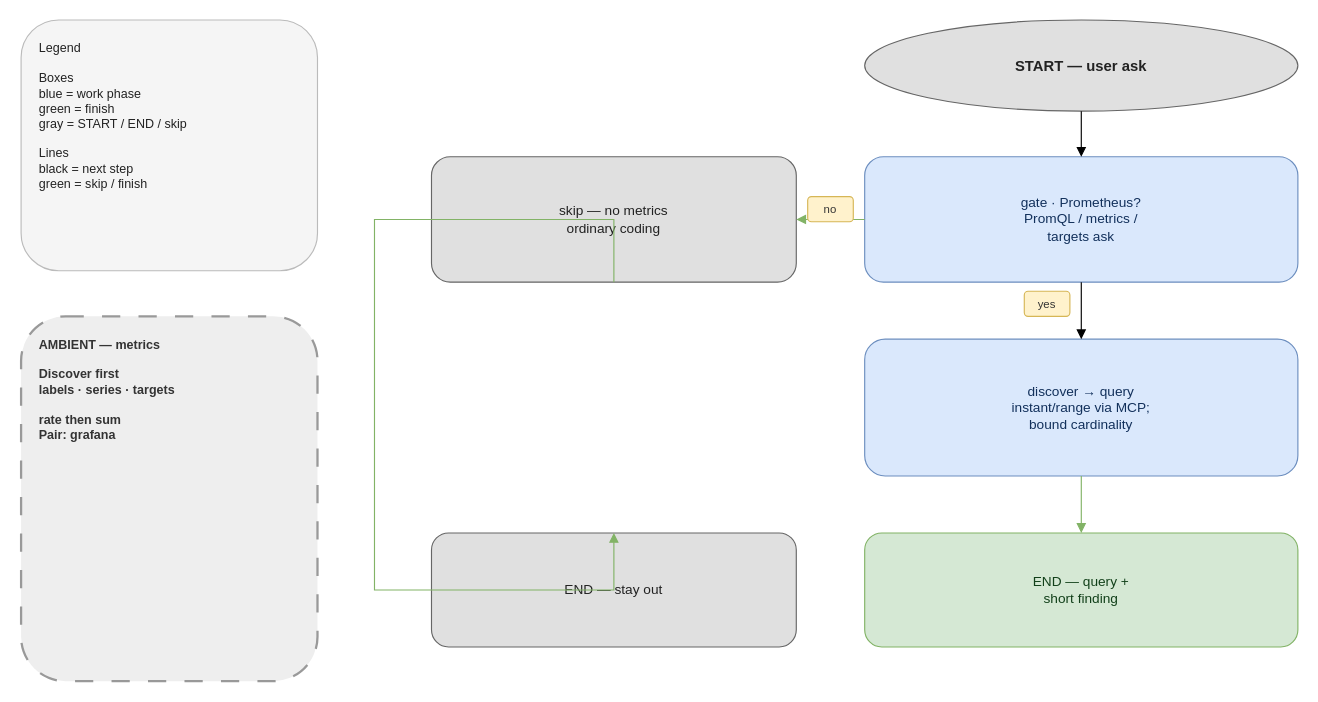
Earlier version of the draw.io diagram plugins/prometheus/docs/prometheus-workflow.drawio (nodadyoushutup/marketplace). Source tidied: cells renumbered, new cells numbered last; positions are measured from the earlier drawing's top-left corner, leaving out a move shared by most shapes. Both pictures are drawn from the tidied source at 114%, with x=0, y=0 at pixel (21, 19).
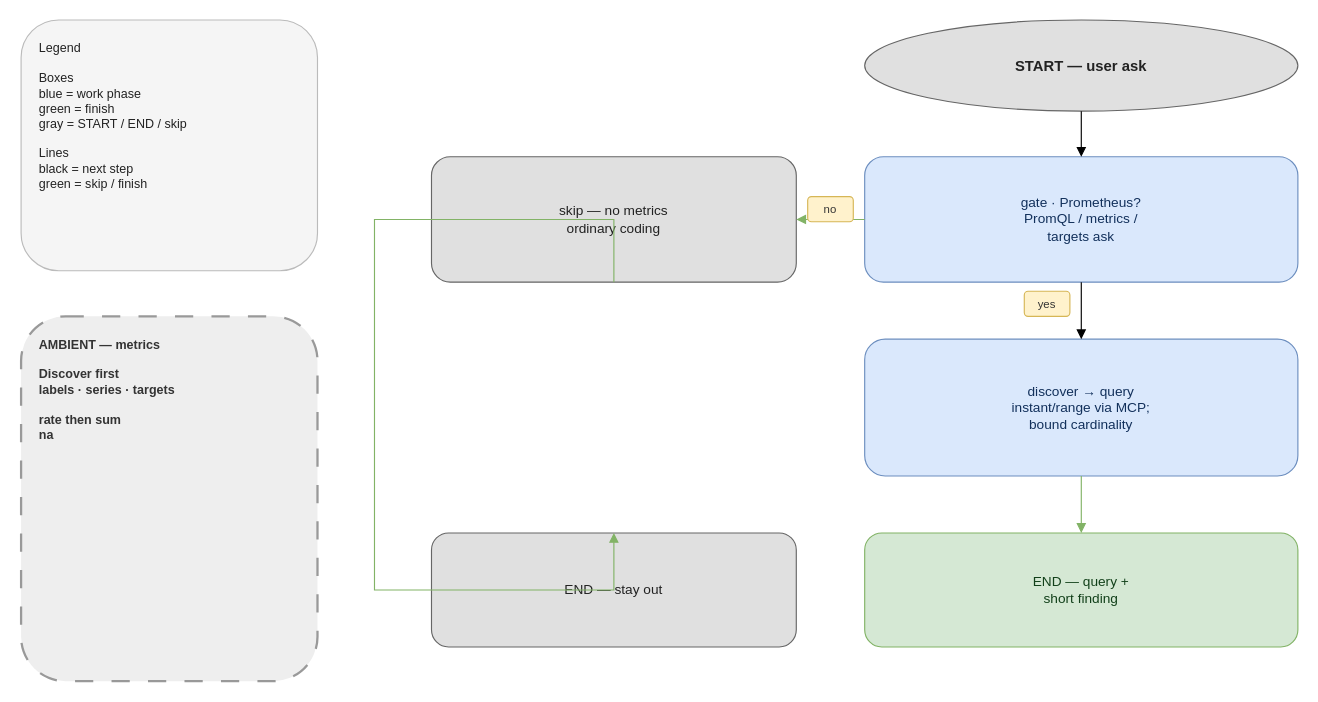
Above is the later version.

Diff of the diagram source:
```diff
@@
 <mxGraphModel>
   <root>
     <mxCell id="0" />
     <mxCell id="1" parent="0" />
     <mxCell id="2" value="Legend&#10;&#10;Boxes&#10;blue = work phase&#10;green = finish&#10;gray = START / END / skip&#10;&#10;Lines&#10;black = next step&#10;green = skip / finish" style="rounded=1;whiteSpace=wrap;html=1;align=left;verticalAlign=top;spacingLeft=14;spacingRight=14;spacingTop=12;spacingBottom=12;fontSize=11;fillColor=#f5f5f5;strokeColor=#bbbbbb;fontColor=#222222;" parent="1" vertex="1">
       <mxGeometry width="260" height="220" as="geometry" />
     </mxCell>
-    <mxCell id="3" value="AMBIENT — metrics&#10;&#10;Discover first&#10;labels · series · targets&#10;&#10;rate then sum&#10;Pair: grafana" style="rounded=1;whiteSpace=wrap;html=1;dashed=1;dashPattern=8 8;align=left;verticalAlign=top;spacingLeft=14;spacingRight=14;spacingTop=12;spacingBottom=12;fontSize=11;fontStyle=1;fillColor=#eeeeee;strokeColor=#999999;strokeWidth=2;fontColor=#333333;" parent="1" vertex="1">
+    <mxCell id="3" value="AMBIENT — metrics&#10;&#10;Discover first&#10;labels · series · targets&#10;&#10;rate then sum&#10;na" style="rounded=1;whiteSpace=wrap;html=1;dashed=1;dashPattern=8 8;align=left;verticalAlign=top;spacingLeft=14;spacingRight=14;spacingTop=12;spacingBottom=12;fontSize=11;fontStyle=1;fillColor=#eeeeee;strokeColor=#999999;strokeWidth=2;fontColor=#333333;" parent="1" vertex="1">
       <mxGeometry y="260" width="260" height="320" as="geometry" />
     </mxCell>
     <mxCell id="4" value="START — user ask" style="ellipse;whiteSpace=wrap;html=1;align=center;verticalAlign=middle;fontSize=13;fontStyle=1;fillColor=#e0e0e0;strokeColor=#666666;fontColor=#222222;" parent="1" vertex="1">
       <mxGeometry x="740" width="380" height="80" as="geometry" />
     </mxCell>
     <mxCell id="5" value="gate · Prometheus?&#10;PromQL / metrics /&#10;targets ask" style="rounded=1;whiteSpace=wrap;html=1;align=center;verticalAlign=middle;spacingLeft=12;spacingRight=12;fontSize=12;fillColor=#dae8fc;strokeColor=#6c8ebf;fontColor=#12305B;" parent="1" vertex="1">
       <mxGeometry x="740" y="120" width="380" height="110" as="geometry" />
     </mxCell>
     <mxCell id="6" value="skip — no metrics&#10;ordinary coding" style="rounded=1;whiteSpace=wrap;html=1;align=center;verticalAlign=middle;spacingLeft=12;spacingRight=12;fontSize=12;fillColor=#e0e0e0;strokeColor=#666666;fontColor=#222222;" parent="1" vertex="1">
       <mxGeometry x="360" y="120" width="320" height="110" as="geometry" />
     </mxCell>
     <mxCell id="7" value="discover → query&#10;instant/range via MCP;&#10;bound cardinality" style="rounded=1;whiteSpace=wrap;html=1;align=center;verticalAlign=middle;spacingLeft=12;spacingRight=12;fontSize=12;fillColor=#dae8fc;strokeColor=#6c8ebf;fontColor=#12305B;" parent="1" vertex="1">
       <mxGeometry x="740" y="280" width="380" height="120" as="geometry" />
     </mxCell>
     <mxCell id="8" value="END — query +&#10;short finding" style="rounded=1;whiteSpace=wrap;html=1;align=center;verticalAlign=middle;spacingLeft=12;spacingRight=12;fontSize=12;fillColor=#d5e8d4;strokeColor=#82b366;fontColor=#12401A;" parent="1" vertex="1">
       <mxGeometry x="740" y="450" width="380" height="100" as="geometry" />
     </mxCell>
     <mxCell id="9" value="END — stay out" style="rounded=1;whiteSpace=wrap;html=1;align=center;verticalAlign=middle;spacingLeft=12;spacingRight=12;fontSize=12;fillColor=#e0e0e0;strokeColor=#666666;fontColor=#222222;" parent="1" vertex="1">
       <mxGeometry x="360" y="450" width="320" height="100" as="geometry" />
     </mxCell>
     <mxCell id="10" style="edgeStyle=orthogonalEdgeStyle;rounded=0;html=1;endArrow=block;jumpStyle=arc;jumpSize=10;exitX=0.5;exitY=1;entryX=0.5;entryY=0;" parent="1" edge="1" source="4" target="5">
       <mxGeometry relative="1" as="geometry" />
     </mxCell>
     <mxCell id="11" style="edgeStyle=orthogonalEdgeStyle;rounded=0;html=1;endArrow=block;jumpStyle=arc;jumpSize=10;strokeColor=#82b366;exitX=0;exitY=0.5;entryX=1;entryY=0.5;" parent="1" edge="1" source="5" target="6">
       <mxGeometry relative="1" as="geometry" />
     </mxCell>
     <mxCell id="12" value="no" style="rounded=1;whiteSpace=wrap;html=1;align=center;verticalAlign=middle;fontSize=10;fillColor=#fff2cc;strokeColor=#d6b656;fontColor=#333333;" parent="1" vertex="1">
       <mxGeometry x="690" y="155" width="40" height="22" as="geometry" />
     </mxCell>
     <mxCell id="13" style="edgeStyle=orthogonalEdgeStyle;rounded=0;html=1;endArrow=block;jumpStyle=arc;jumpSize=10;exitX=0.5;exitY=1;entryX=0.5;entryY=0;" parent="1" edge="1" source="5" target="7">
       <mxGeometry relative="1" as="geometry" />
     </mxCell>
     <mxCell id="14" value="yes" style="rounded=1;whiteSpace=wrap;html=1;align=center;verticalAlign=middle;fontSize=10;fillColor=#fff2cc;strokeColor=#d6b656;fontColor=#333333;" parent="1" vertex="1">
       <mxGeometry x="880" y="238" width="40" height="22" as="geometry" />
     </mxCell>
     <mxCell id="15" style="edgeStyle=orthogonalEdgeStyle;rounded=0;html=1;endArrow=block;jumpStyle=arc;jumpSize=10;strokeColor=#82b366;exitX=0.5;exitY=1;entryX=0.5;entryY=0;" parent="1" edge="1" source="7" target="8">
       <mxGeometry relative="1" as="geometry" />
     </mxCell>
     <mxCell id="16" style="edgeStyle=orthogonalEdgeStyle;rounded=0;html=1;endArrow=block;jumpStyle=arc;jumpSize=10;strokeColor=#82b366;exitX=0.5;exitY=1;entryX=0.5;entryY=0;" parent="1" edge="1" source="6" target="9">
       <mxGeometry relative="1" as="geometry">
         <Array as="points">
           <mxPoint x="310" y="175" />
           <mxPoint x="310" y="500" />
         </Array>
       </mxGeometry>
     </mxCell>
   </root>
 </mxGraphModel>
```
